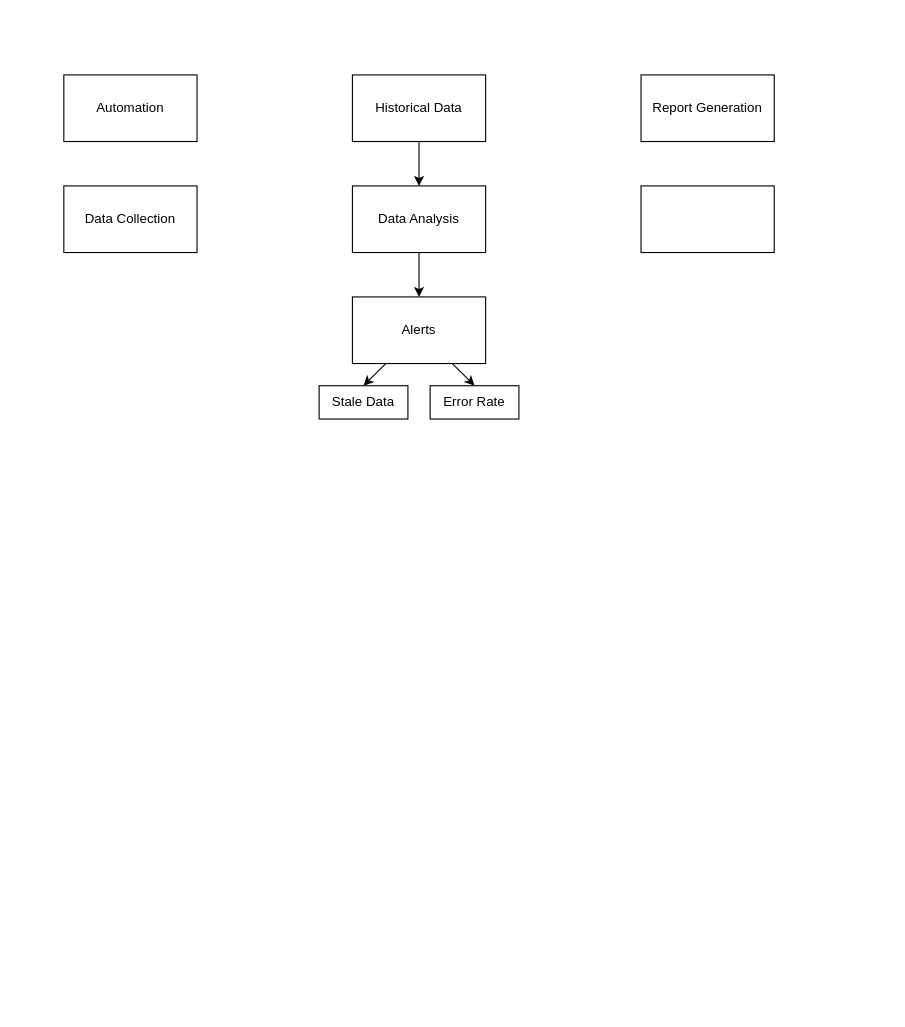
Above: Sparing.drawio in marcusspain/drawings (draw.io), before the change. Source tidied: cells renumbered, new cells numbered last; positions are measured from the earlier drawing's top-left corner, leaving out a move shared by most shapes. Both pictures are drawn from the tidied source at 111%, with x=0, y=0 at pixel (63, 74).
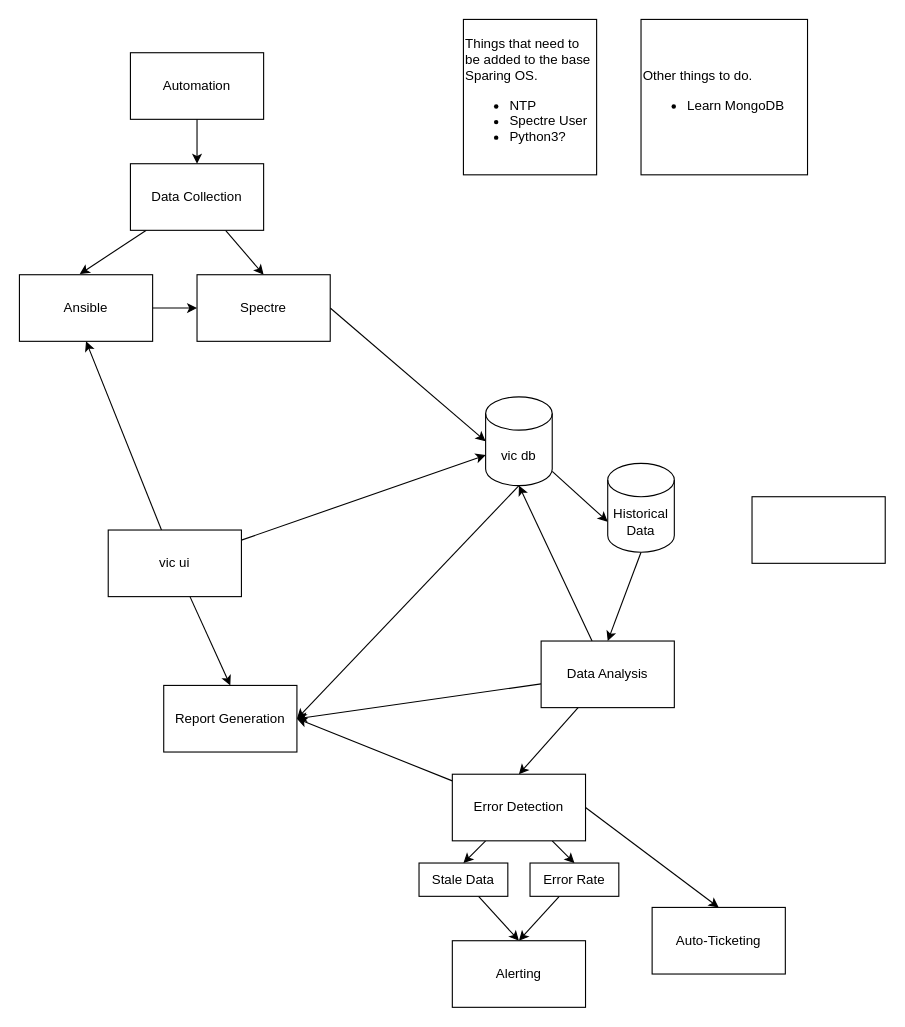
After the change.

What changed in the source:
```diff
@@
     <mxCell id="2" value="Report Generation" style="rounded=0;whiteSpace=wrap;html=1;" parent="1" vertex="1">
-      <mxGeometry x="520" width="120" height="60" as="geometry" />
+      <mxGeometry x="90" y="550" width="120" height="60" as="geometry" />
     </mxCell>
-    <mxCell id="3" style="edgeStyle=none;rounded=0;jettySize=auto;html=1;entryX=0.5;entryY=0;entryDx=0;entryDy=0;" parent="1" edge="1" source="4" target="7">
+    <mxCell id="3" style="edgeStyle=none;rounded=0;jettySize=auto;html=1;entryX=0.5;entryY=0;entryDx=0;entryDy=0;exitX=0.5;exitY=1;exitDx=0;exitDy=0;exitPerimeter=0;" parent="1" edge="1" source="4" target="7">
       <mxGeometry relative="1" as="geometry" />
     </mxCell>
-    <mxCell id="4" value="Historical Data" style="rounded=0;whiteSpace=wrap;html=1;" parent="1" vertex="1">
-      <mxGeometry x="260" width="120" height="60" as="geometry" />
-    </mxCell>
+    <mxCell id="15" style="edgeStyle=none;rounded=0;jettySize=auto;html=1;exitX=0.5;exitY=1;exitDx=0;exitDy=0;exitPerimeter=0;entryX=1;entryY=0.5;entryDx=0;entryDy=0;" parent="1" edge="1" source="34" target="2">
+      <mxGeometry relative="1" as="geometry" />
+    </mxCell>
+    <mxCell id="16" style="edgeStyle=none;rounded=0;jettySize=auto;html=1;entryX=0.5;entryY=0;entryDx=0;entryDy=0;" parent="1" edge="1" source="5" target="12">
+      <mxGeometry relative="1" as="geometry" />
+    </mxCell>
     <mxCell id="5" value="Automation" style="rounded=0;whiteSpace=wrap;html=1;" parent="1" vertex="1">
-      <mxGeometry width="120" height="60" as="geometry" />
+      <mxGeometry x="60" y="-20" width="120" height="60" as="geometry" />
     </mxCell>
@@
+    <mxCell id="17" style="edgeStyle=none;rounded=0;jettySize=auto;html=1;entryX=1;entryY=0.5;entryDx=0;entryDy=0;" parent="1" edge="1" source="7" target="2">
+      <mxGeometry relative="1" as="geometry" />
+    </mxCell>
+    <mxCell id="18" style="edgeStyle=none;rounded=0;jettySize=auto;html=1;entryX=0.5;entryY=1;entryDx=0;entryDy=0;entryPerimeter=0;" parent="1" edge="1" source="7" target="34">
+      <mxGeometry relative="1" as="geometry" />
+    </mxCell>
     <mxCell id="7" value="Data Analysis" style="rounded=0;whiteSpace=wrap;html=1;" parent="1" vertex="1">
-      <mxGeometry x="260" y="100" width="120" height="60" as="geometry" />
+      <mxGeometry x="430" y="510" width="120" height="60" as="geometry" />
     </mxCell>
@@
+    <mxCell id="19" style="edgeStyle=none;rounded=0;jettySize=auto;html=1;exitX=1;exitY=0.5;exitDx=0;exitDy=0;entryX=0.5;entryY=0;entryDx=0;entryDy=0;" parent="1" edge="1" source="10" target="29">
+      <mxGeometry relative="1" as="geometry" />
+    </mxCell>
+    <mxCell id="20" style="edgeStyle=none;rounded=0;jettySize=auto;html=1;entryX=1;entryY=0.5;entryDx=0;entryDy=0;" parent="1" edge="1" source="10" target="2">
+      <mxGeometry relative="1" as="geometry" />
+    </mxCell>
-    <mxCell id="10" value="Alerts" style="rounded=0;whiteSpace=wrap;html=1;" parent="1" vertex="1">
-      <mxGeometry x="260" y="200" width="120" height="60" as="geometry" />
+    <mxCell id="10" value="Error Detection" style="rounded=0;whiteSpace=wrap;html=1;" parent="1" vertex="1">
+      <mxGeometry x="350" y="630" width="120" height="60" as="geometry" />
     </mxCell>
     <mxCell id="11" style="rounded=0;whiteSpace=wrap;html=1;" parent="1" vertex="1">
-      <mxGeometry x="520" y="100" width="120" height="60" as="geometry" />
+      <mxGeometry x="620" y="380" width="120" height="60" as="geometry" />
     </mxCell>
+    <mxCell id="21" style="edgeStyle=none;rounded=0;jettySize=auto;html=1;entryX=0.453;entryY=-0.01;entryDx=0;entryDy=0;entryPerimeter=0;" parent="1" edge="1" source="12" target="28">
+      <mxGeometry relative="1" as="geometry" />
+    </mxCell>
+    <mxCell id="22" style="edgeStyle=none;rounded=0;jettySize=auto;html=1;entryX=0;entryY=0.5;entryDx=0;entryDy=0;exitX=1;exitY=0.5;exitDx=0;exitDy=0;entryPerimeter=0;" parent="1" edge="1" source="30" target="34">
+      <mxGeometry relative="1" as="geometry" />
+    </mxCell>
+    <mxCell id="23" style="edgeStyle=none;rounded=0;jettySize=auto;html=1;entryX=0.5;entryY=0;entryDx=0;entryDy=0;" parent="1" edge="1" source="12" target="30">
+      <mxGeometry relative="1" as="geometry" />
+    </mxCell>
     <mxCell id="12" value="Data Collection" style="rounded=0;whiteSpace=wrap;html=1;" parent="1" vertex="1">
-      <mxGeometry y="100" width="120" height="60" as="geometry" />
+      <mxGeometry x="60" y="80" width="120" height="60" as="geometry" />
     </mxCell>
+    <mxCell id="24" style="edgeStyle=none;rounded=0;jettySize=auto;html=1;entryX=0.5;entryY=0;entryDx=0;entryDy=0;" parent="1" edge="1" source="13" target="26">
+      <mxGeometry relative="1" as="geometry" />
+    </mxCell>
     <mxCell id="13" value="Stale Data" style="rounded=0;whiteSpace=wrap;html=1;" parent="1" vertex="1">
-      <mxGeometry x="230" y="280" width="80" height="30" as="geometry" />
+      <mxGeometry x="320" y="710" width="80" height="30" as="geometry" />
     </mxCell>
+    <mxCell id="25" style="edgeStyle=none;rounded=0;jettySize=auto;html=1;" parent="1" edge="1" source="14">
+      <mxGeometry relative="1" as="geometry">
+        <mxPoint x="410" y="780" as="targetPoint" />
+      </mxGeometry>
+    </mxCell>
     <mxCell id="14" value="Error Rate" style="rounded=0;whiteSpace=wrap;html=1;" parent="1" vertex="1">
-      <mxGeometry x="330" y="280" width="80" height="30" as="geometry" />
+      <mxGeometry x="420" y="710" width="80" height="30" as="geometry" />
     </mxCell>
+    <mxCell id="26" value="Alerting" style="rounded=0;whiteSpace=wrap;html=1;" parent="1" vertex="1">
+      <mxGeometry x="350" y="780" width="120" height="60" as="geometry" />
+    </mxCell>
+    <mxCell id="27" style="edgeStyle=none;rounded=0;jettySize=auto;html=1;entryX=0;entryY=0.5;entryDx=0;entryDy=0;" parent="1" edge="1" source="28" target="30">
+      <mxGeometry relative="1" as="geometry" />
+    </mxCell>
+    <mxCell id="28" value="Ansible" style="rounded=0;whiteSpace=wrap;html=1;" parent="1" vertex="1">
+      <mxGeometry x="-40" y="180" width="120" height="60" as="geometry" />
+    </mxCell>
+    <mxCell id="29" value="Auto-Ticketing" style="rounded=0;whiteSpace=wrap;html=1;" parent="1" vertex="1">
+      <mxGeometry x="530" y="750" width="120" height="60" as="geometry" />
+    </mxCell>
+    <mxCell id="30" value="Spectre" style="rounded=0;whiteSpace=wrap;html=1;" parent="1" vertex="1">
+      <mxGeometry x="120" y="180" width="120" height="60" as="geometry" />
+    </mxCell>
+    <mxCell id="31" value="&lt;div&gt;Things that need to be added to the base Sparing OS.&lt;/div&gt;&lt;ul&gt;&lt;li&gt;NTP&lt;/li&gt;&lt;li&gt;Spectre User&lt;/li&gt;&lt;li&gt;Python3?&lt;/li&gt;&lt;/ul&gt;" style="rounded=0;whiteSpace=wrap;html=1;align=left;" parent="1" vertex="1">
+      <mxGeometry x="360" y="-50" width="120" height="140" as="geometry" />
+    </mxCell>
+    <mxCell id="32" value="Other things to do.&lt;br&gt;&lt;ul&gt;&lt;li&gt;Learn MongoDB&lt;/li&gt;&lt;/ul&gt;" style="rounded=0;whiteSpace=wrap;html=1;align=left;" parent="1" vertex="1">
+      <mxGeometry x="520" y="-50" width="150" height="140" as="geometry" />
+    </mxCell>
+    <mxCell id="33" style="edgeStyle=none;rounded=0;jettySize=auto;html=1;entryX=0;entryY=0;entryDx=0;entryDy=52.5;entryPerimeter=0;" parent="1" edge="1" source="34" target="4">
+      <mxGeometry relative="1" as="geometry" />
+    </mxCell>
+    <mxCell id="34" value="vic db" style="shape=cylinder3;whiteSpace=wrap;html=1;boundedLbl=1;backgroundOutline=1;size=15;" parent="1" vertex="1">
+      <mxGeometry x="380" y="290" width="60" height="80" as="geometry" />
+    </mxCell>
+    <mxCell id="4" value="&lt;span&gt;Historical Data&lt;/span&gt;" style="shape=cylinder3;whiteSpace=wrap;html=1;boundedLbl=1;backgroundOutline=1;size=15;" parent="1" vertex="1">
+      <mxGeometry x="490" y="350" width="60" height="80" as="geometry" />
+    </mxCell>
+    <mxCell id="35" style="edgeStyle=none;rounded=0;orthogonalLoop=1;jettySize=auto;html=1;exitX=0.5;exitY=0;exitDx=0;exitDy=0;exitPerimeter=0;" parent="1" edge="1" source="4" target="4">
+      <mxGeometry relative="1" as="geometry" />
+    </mxCell>
+    <mxCell id="36" style="edgeStyle=none;rounded=0;jettySize=auto;html=1;entryX=0;entryY=0;entryDx=0;entryDy=52.5;entryPerimeter=0;" parent="1" edge="1" source="39" target="34">
+      <mxGeometry relative="1" as="geometry" />
+    </mxCell>
+    <mxCell id="37" style="edgeStyle=none;rounded=0;jettySize=auto;html=1;entryX=0.5;entryY=1;entryDx=0;entryDy=0;" parent="1" edge="1" source="39" target="28">
+      <mxGeometry relative="1" as="geometry" />
+    </mxCell>
+    <mxCell id="38" style="edgeStyle=none;rounded=0;jettySize=auto;html=1;entryX=0.5;entryY=0;entryDx=0;entryDy=0;" parent="1" edge="1" source="39" target="2">
+      <mxGeometry relative="1" as="geometry" />
+    </mxCell>
+    <mxCell id="39" value="vic ui" style="rounded=0;whiteSpace=wrap;html=1;" parent="1" vertex="1">
+      <mxGeometry x="40" y="410" width="120" height="60" as="geometry" />
+    </mxCell>
```
